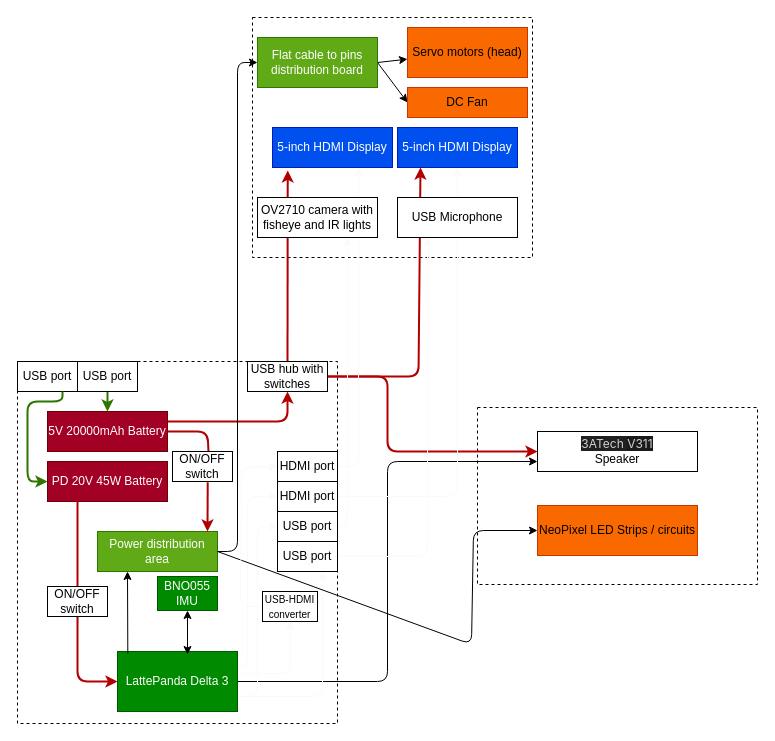
Before: Planning/Hardware.drawio in MekhyW/DYNAMO-Electronic_Fursuit-2.0, a draw.io diagram. Source tidied: cells renumbered, new cells numbered last; positions are measured from the earlier drawing's top-left corner, leaving out a move shared by most shapes. Both pictures are drawn from the tidied source at 100%, with x=0, y=0 at pixel (17, 17).
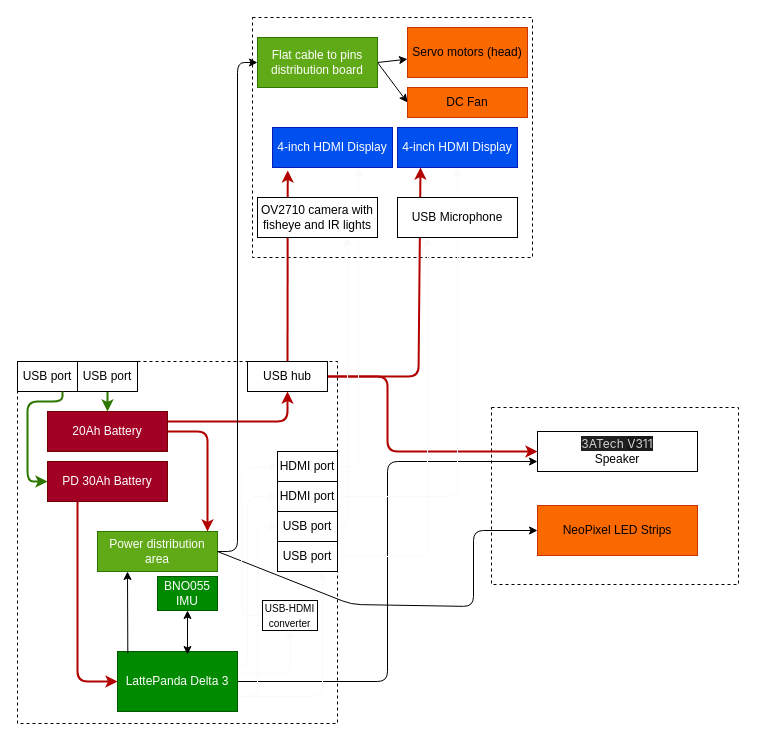
Above is the later version.

Commit message (it also covers changes not shown here):
Create CAD/Placa Roupa - R2-Model.pdf

Unchanged cells that the change refers to:
```xml
<mxCell id="19" value="LattePanda Delta 3" style="rounded=0;whiteSpace=wrap;html=1;fillColor=#008a00;fontColor=#ffffff;strokeColor=#005700;" parent="1" vertex="1">
  <mxGeometry x="100" y="634" width="120" height="60" as="geometry" />
</mxCell>
<mxCell id="22" value="Power distribution area" style="rounded=0;whiteSpace=wrap;html=1;fillColor=#60a917;fontColor=#ffffff;strokeColor=#2D7600;" parent="1" vertex="1">
  <mxGeometry x="80" y="514" width="120" height="40" as="geometry" />
</mxCell>
<mxCell id="44" value="HDMI port" style="rounded=0;whiteSpace=wrap;html=1;" parent="1" vertex="1">
  <mxGeometry x="260" y="434" width="60" height="30" as="geometry" />
</mxCell>
```

Diff of the diagram source:
```diff
@@
-    <mxCell id="7" value="5-inch HDMI Display" style="rounded=0;whiteSpace=wrap;html=1;fillColor=#0050ef;fontColor=#ffffff;strokeColor=#001DBC;" parent="1" vertex="1">
+    <mxCell id="7" value="4-inch HDMI Display" style="rounded=0;whiteSpace=wrap;html=1;fillColor=#0050ef;fontColor=#ffffff;strokeColor=#001DBC;" parent="1" vertex="1">
       <mxGeometry x="380" y="110" width="120" height="40" as="geometry" />
     </mxCell>
@@
     <mxCell id="9" style="rounded=0;whiteSpace=wrap;html=1;dashed=1;" parent="1" vertex="1">
-      <mxGeometry x="460" y="390" width="280" height="177" as="geometry" />
+      <mxGeometry x="474" y="390" width="247" height="177" as="geometry" />
     </mxCell>
-    <mxCell id="10" style="edgeStyle=none;html=1;exitX=0.5;exitY=1;exitDx=0;exitDy=0;entryX=0;entryY=0.5;entryDx=0;entryDy=0;startArrow=none;fillColor=#e51400;strokeColor=#B20000;strokeWidth=2;" parent="1" edge="1" source="24" target="19">
+    <mxCell id="10" style="edgeStyle=none;html=1;exitX=0.25;exitY=1;exitDx=0;exitDy=0;entryX=0;entryY=0.5;entryDx=0;entryDy=0;startArrow=none;fillColor=#e51400;strokeColor=#B20000;strokeWidth=2;" parent="1" edge="1" source="11" target="19">
       <mxGeometry relative="1" as="geometry">
         <Array as="points">
           <mxPoint x="60" y="664" />
         </Array>
       </mxGeometry>
     </mxCell>
-    <mxCell id="11" value="PD 20V 45W Battery" style="rounded=0;whiteSpace=wrap;html=1;fillColor=#a20025;fontColor=#ffffff;strokeColor=#6F0000;" parent="1" vertex="1">
+    <mxCell id="11" value="PD 30Ah Battery" style="rounded=0;whiteSpace=wrap;html=1;fillColor=#a20025;fontColor=#ffffff;strokeColor=#6F0000;" parent="1" vertex="1">
       <mxGeometry x="30" y="444" width="120" height="40" as="geometry" />
     </mxCell>
@@
-    <mxCell id="13" value="5V 20000mAh Battery" style="rounded=0;whiteSpace=wrap;html=1;fillColor=#a20025;fontColor=#ffffff;strokeColor=#6F0000;" parent="1" vertex="1">
+    <mxCell id="13" value="20Ah Battery" style="rounded=0;whiteSpace=wrap;html=1;fillColor=#a20025;fontColor=#ffffff;strokeColor=#6F0000;" parent="1" vertex="1">
       <mxGeometry x="30" y="394" width="120" height="40" as="geometry" />
     </mxCell>
@@
-    <mxCell id="23" style="edgeStyle=none;html=1;exitX=0.25;exitY=1;exitDx=0;exitDy=0;entryX=0.5;entryY=0;entryDx=0;entryDy=0;endArrow=none;fillColor=#e51400;strokeColor=#B20000;strokeWidth=2;" parent="1" edge="1" source="11" target="24">
-      <mxGeometry relative="1" as="geometry" />
-    </mxCell>
-    <mxCell id="24" value="ON/OFF switch" style="rounded=0;whiteSpace=wrap;html=1;" parent="1" vertex="1">
-      <mxGeometry x="30" y="569" width="60" height="30" as="geometry" />
-    </mxCell>
-    <mxCell id="25" value="5-inch HDMI Display" style="rounded=0;whiteSpace=wrap;html=1;fillColor=#0050ef;fontColor=#ffffff;strokeColor=#001DBC;" parent="1" vertex="1">
+    <mxCell id="25" value="4-inch HDMI Display" style="rounded=0;whiteSpace=wrap;html=1;fillColor=#0050ef;fontColor=#ffffff;strokeColor=#001DBC;" parent="1" vertex="1">
       <mxGeometry x="255" y="110" width="120" height="40" as="geometry" />
     </mxCell>
-    <mxCell id="26" style="edgeStyle=none;html=1;exitX=1;exitY=0.5;exitDx=0;exitDy=0;entryX=0.599;entryY=-0.014;entryDx=0;entryDy=0;endArrow=none;fillColor=#e51400;strokeColor=#B20000;strokeWidth=2;entryPerimeter=0;" parent="1" edge="1" source="13" target="31">
-      <mxGeometry relative="1" as="geometry">
-        <Array as="points">
-          <mxPoint x="190" y="414" />
-        </Array>
-      </mxGeometry>
-    </mxCell>
-    <mxCell id="27" style="edgeStyle=none;html=1;exitX=0.587;exitY=1.023;exitDx=0;exitDy=0;fillColor=#e51400;strokeColor=#B20000;strokeWidth=2;exitPerimeter=0;" parent="1" edge="1" source="31">
+    <mxCell id="27" style="edgeStyle=none;html=1;exitX=1;exitY=0.5;exitDx=0;exitDy=0;fillColor=#e51400;strokeColor=#B20000;strokeWidth=2;" parent="1" edge="1" source="13">
       <mxGeometry relative="1" as="geometry">
         <mxPoint x="190" y="514" as="targetPoint" />
+        <Array as="points">
+          <mxPoint x="190" y="414" />
+        </Array>
       </mxGeometry>
     </mxCell>
@@
-    <mxCell id="31" value="ON/OFF switch" style="rounded=0;whiteSpace=wrap;html=1;" parent="1" vertex="1">
-      <mxGeometry x="155" y="434" width="60" height="30" as="geometry" />
-    </mxCell>
@@
-    <mxCell id="33" value="NeoPixel LED Strips / circuits" style="rounded=0;whiteSpace=wrap;html=1;fillColor=#fa6800;fontColor=#000000;strokeColor=#C73500;" parent="1" vertex="1">
+    <mxCell id="33" value="NeoPixel LED Strips" style="rounded=0;whiteSpace=wrap;html=1;fillColor=#fa6800;fontColor=#000000;strokeColor=#C73500;" parent="1" vertex="1">
       <mxGeometry x="520" y="488" width="160" height="50" as="geometry" />
     </mxCell>
     <mxCell id="34" style="edgeStyle=none;html=1;exitX=1;exitY=0.5;exitDx=0;exitDy=0;entryX=0;entryY=0.5;entryDx=0;entryDy=0;" parent="1" edge="1" source="22" target="33">
       <mxGeometry relative="1" as="geometry">
         <Array as="points">
-          <mxPoint x="454" y="627" />
+          <mxPoint x="334" y="587" />
+          <mxPoint x="456" y="589" />
           <mxPoint x="456" y="513" />
         </Array>
       </mxGeometry>
     </mxCell>
@@
-    <mxCell id="42" value="USB hub with switches" style="rounded=0;whiteSpace=wrap;html=1;" parent="1" vertex="1">
+    <mxCell id="42" value="USB hub" style="rounded=0;whiteSpace=wrap;html=1;" parent="1" vertex="1">
       <mxGeometry x="230" y="344" width="80" height="30" as="geometry" />
     </mxCell>
@@
     <mxCell id="53" style="edgeStyle=none;html=1;exitX=0;exitY=0.5;exitDx=0;exitDy=0;entryX=0;entryY=0.5;entryDx=0;entryDy=0;strokeColor=#FAFAFA;strokeWidth=1;fontSize=8;startArrow=none;startFill=0;" parent="1" edge="1" source="54" target="44">
       <mxGeometry relative="1" as="geometry">
         <Array as="points">
-          <mxPoint x="223" y="589" />
+          <mxPoint x="224" y="598" />
           <mxPoint x="224" y="450" />
         </Array>
       </mxGeometry>
     </mxCell>
     <mxCell id="54" value="&lt;font style=&quot;font-size: 10px;&quot;&gt;USB-HDMI converter&lt;/font&gt;" style="rounded=0;whiteSpace=wrap;html=1;" parent="1" vertex="1">
-      <mxGeometry x="245" y="574" width="55" height="30" as="geometry" />
+      <mxGeometry x="245" y="583" width="55" height="30" as="geometry" />
     </mxCell>
```
